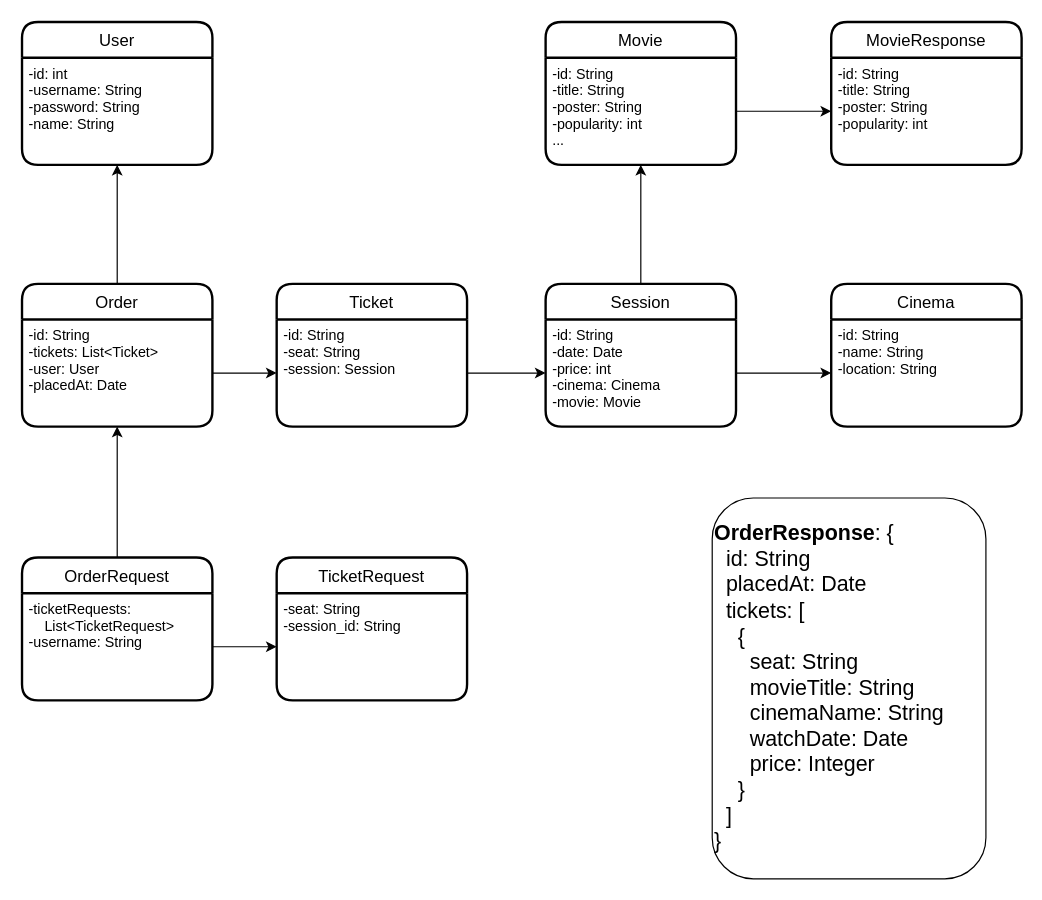
This is Feaven_class.drawio from BennyYuen09/feaven_doc, a draw.io file, before an edit. Source tidied: cells renumbered, new cells numbered last; positions are measured from the earlier drawing's top-left corner, leaving out a move shared by most shapes. Both pictures are drawn from the tidied source at 119%, with x=0, y=0 at pixel (21, 21).
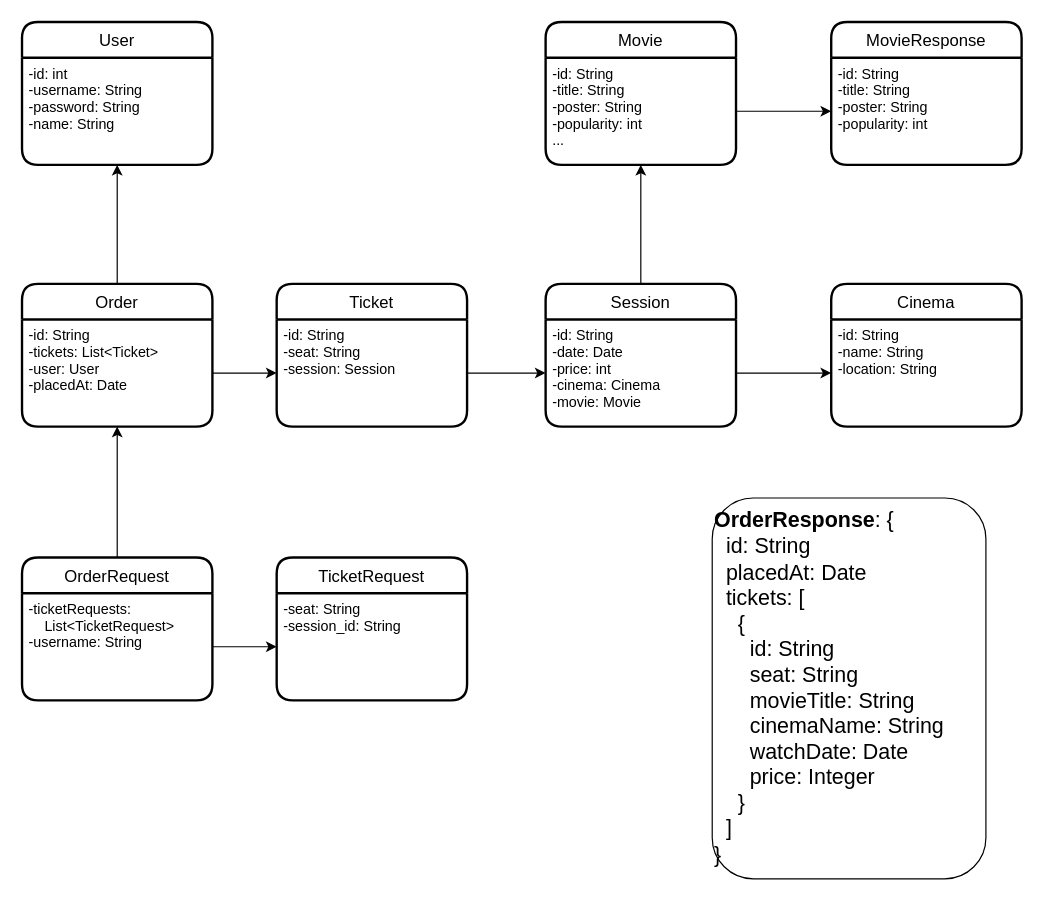
The same page after the edit.

Change to the diagram source:
```diff
@@
-    <mxCell id="28" value="&lt;div style=&quot;font-size: 18px&quot;&gt;&lt;font style=&quot;font-size: 18px&quot;&gt;&lt;b&gt;OrderResponse&lt;/b&gt;: {&lt;/font&gt;&lt;/div&gt;&lt;div style=&quot;font-size: 18px&quot;&gt;&lt;font style=&quot;font-size: 18px&quot;&gt;&amp;nbsp; id: String&lt;/font&gt;&lt;/div&gt;&lt;div style=&quot;font-size: 18px&quot;&gt;&lt;font style=&quot;font-size: 18px&quot;&gt;&amp;nbsp; placedAt: Date&lt;/font&gt;&lt;/div&gt;&lt;div style=&quot;font-size: 18px&quot;&gt;&lt;font style=&quot;font-size: 18px&quot;&gt;&amp;nbsp; tickets: [&lt;/font&gt;&lt;/div&gt;&lt;div style=&quot;font-size: 18px&quot;&gt;&lt;font style=&quot;font-size: 18px&quot;&gt;&amp;nbsp; &amp;nbsp; {&lt;/font&gt;&lt;/div&gt;&lt;div style=&quot;font-size: 18px&quot;&gt;&lt;font style=&quot;font-size: 18px&quot;&gt;&amp;nbsp; &amp;nbsp; &amp;nbsp; seat: String&lt;/font&gt;&lt;/div&gt;&lt;div style=&quot;font-size: 18px&quot;&gt;&lt;font style=&quot;font-size: 18px&quot;&gt;&amp;nbsp; &amp;nbsp; &amp;nbsp; movieTitle: String&lt;/font&gt;&lt;/div&gt;&lt;div style=&quot;font-size: 18px&quot;&gt;&lt;font style=&quot;font-size: 18px&quot;&gt;&amp;nbsp; &amp;nbsp; &amp;nbsp; cinemaName: String&lt;/font&gt;&lt;/div&gt;&lt;div style=&quot;font-size: 18px&quot;&gt;&lt;font style=&quot;font-size: 18px&quot;&gt;&amp;nbsp; &amp;nbsp; &amp;nbsp; watchDate: Date&lt;/font&gt;&lt;/div&gt;&lt;div style=&quot;font-size: 18px&quot;&gt;&lt;font style=&quot;font-size: 18px&quot;&gt;&amp;nbsp; &amp;nbsp; &amp;nbsp; price: Integer&lt;/font&gt;&lt;/div&gt;&lt;div style=&quot;font-size: 18px&quot;&gt;&lt;font style=&quot;font-size: 18px&quot;&gt;&amp;nbsp; &amp;nbsp; }&lt;/font&gt;&lt;/div&gt;&lt;div style=&quot;font-size: 18px&quot;&gt;&lt;font style=&quot;font-size: 18px&quot;&gt;&amp;nbsp; ]&lt;/font&gt;&lt;/div&gt;&lt;div style=&quot;font-size: 18px&quot;&gt;&lt;span&gt;&lt;font style=&quot;font-size: 18px&quot;&gt;}&lt;/font&gt;&lt;/span&gt;&lt;/div&gt;" style="rounded=1;whiteSpace=wrap;html=1;align=left;" parent="1" vertex="1">
+    <mxCell id="28" value="&lt;div style=&quot;font-size: 18px&quot;&gt;&lt;font style=&quot;font-size: 18px&quot;&gt;&lt;b&gt;OrderResponse&lt;/b&gt;: {&lt;/font&gt;&lt;/div&gt;&lt;div style=&quot;font-size: 18px&quot;&gt;&lt;font style=&quot;font-size: 18px&quot;&gt;&amp;nbsp; id: String&lt;/font&gt;&lt;/div&gt;&lt;div style=&quot;font-size: 18px&quot;&gt;&lt;font style=&quot;font-size: 18px&quot;&gt;&amp;nbsp; placedAt: Date&lt;/font&gt;&lt;/div&gt;&lt;div style=&quot;font-size: 18px&quot;&gt;&lt;font style=&quot;font-size: 18px&quot;&gt;&amp;nbsp; tickets: [&lt;/font&gt;&lt;/div&gt;&lt;div style=&quot;font-size: 18px&quot;&gt;&lt;font style=&quot;font-size: 18px&quot;&gt;&amp;nbsp; &amp;nbsp; {&lt;/font&gt;&lt;/div&gt;&lt;div style=&quot;font-size: 18px&quot;&gt;&lt;font style=&quot;font-size: 18px&quot;&gt;&amp;nbsp; &amp;nbsp; &amp;nbsp; id: String&lt;/font&gt;&lt;/div&gt;&lt;div style=&quot;font-size: 18px&quot;&gt;&lt;font style=&quot;font-size: 18px&quot;&gt;&amp;nbsp; &amp;nbsp; &amp;nbsp; seat: String&lt;/font&gt;&lt;/div&gt;&lt;div style=&quot;font-size: 18px&quot;&gt;&lt;font style=&quot;font-size: 18px&quot;&gt;&amp;nbsp; &amp;nbsp; &amp;nbsp; movieTitle: String&lt;/font&gt;&lt;/div&gt;&lt;div style=&quot;font-size: 18px&quot;&gt;&lt;font style=&quot;font-size: 18px&quot;&gt;&amp;nbsp; &amp;nbsp; &amp;nbsp; cinemaName: String&lt;/font&gt;&lt;/div&gt;&lt;div style=&quot;font-size: 18px&quot;&gt;&lt;font style=&quot;font-size: 18px&quot;&gt;&amp;nbsp; &amp;nbsp; &amp;nbsp; watchDate: Date&lt;/font&gt;&lt;/div&gt;&lt;div style=&quot;font-size: 18px&quot;&gt;&lt;font style=&quot;font-size: 18px&quot;&gt;&amp;nbsp; &amp;nbsp; &amp;nbsp; price: Integer&lt;/font&gt;&lt;/div&gt;&lt;div style=&quot;font-size: 18px&quot;&gt;&lt;font style=&quot;font-size: 18px&quot;&gt;&amp;nbsp; &amp;nbsp; }&lt;/font&gt;&lt;/div&gt;&lt;div style=&quot;font-size: 18px&quot;&gt;&lt;font style=&quot;font-size: 18px&quot;&gt;&amp;nbsp; ]&lt;/font&gt;&lt;/div&gt;&lt;div style=&quot;font-size: 18px&quot;&gt;&lt;span&gt;&lt;font style=&quot;font-size: 18px&quot;&gt;}&lt;/font&gt;&lt;/span&gt;&lt;/div&gt;" style="rounded=1;whiteSpace=wrap;html=1;align=left;" parent="1" vertex="1">
       <mxGeometry x="580" y="400" width="230" height="320" as="geometry" />
     </mxCell>
```
